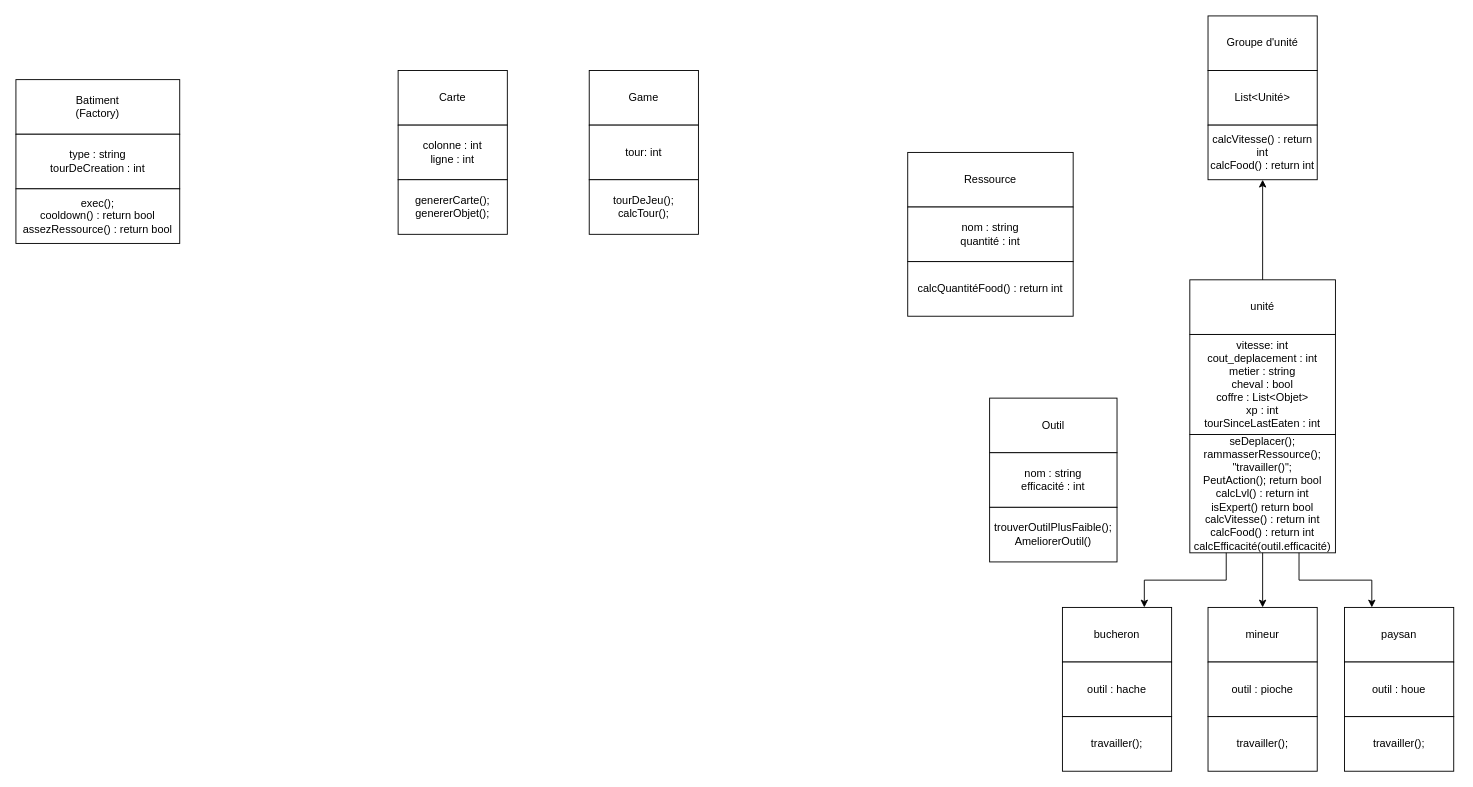
Earlier version of the draw.io diagram Diagramme sans nom.drawio (Rafien/Projet_Design_Pattern). Source tidied: cells renumbered, new cells numbered last; positions are measured from the earlier drawing's top-left corner, leaving out a move shared by most shapes. Both pictures are drawn from the tidied source at 91%, with x=0, y=0 at pixel (15, 15).
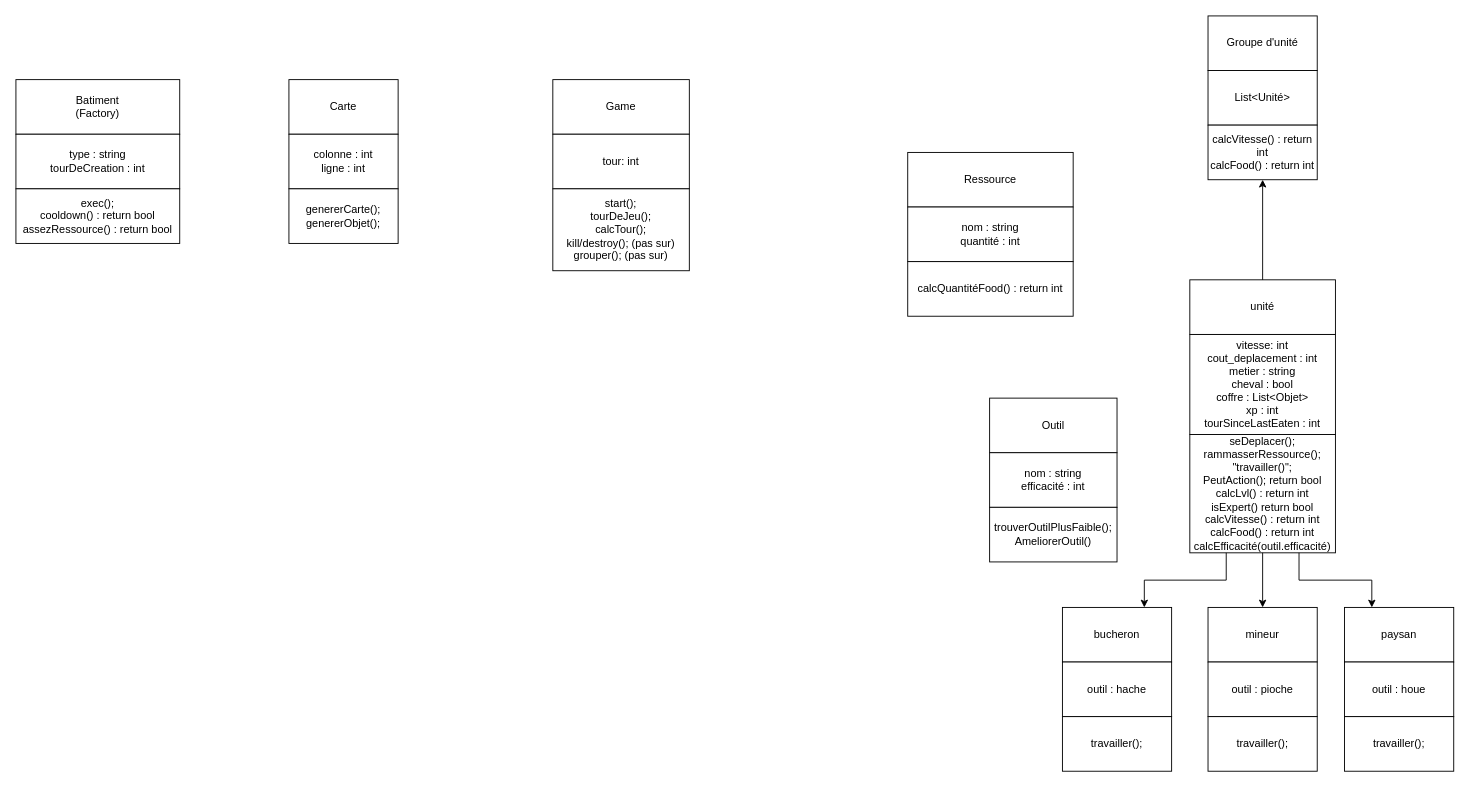
After the change.

Diff of the diagram source:
```diff
@@
     <mxCell id="11" style="group;" parent="1" vertex="1">
-      <mxGeometry x="420" y="60" width="120" height="180" as="geometry" />
+      <mxGeometry x="300" y="70" width="120" height="180" as="geometry" />
     </mxCell>
@@
     <mxCell id="46" style="group;" parent="1" vertex="1">
-      <mxGeometry x="630" y="60" width="120" height="180" as="geometry" />
+      <mxGeometry x="590" y="70" width="150" height="210" as="geometry" />
     </mxCell>
     <mxCell id="47" value="Game" style="rounded=0;whiteSpace=wrap;html=1;" parent="46" vertex="1">
-      <mxGeometry width="120" height="60" as="geometry" />
+      <mxGeometry width="150" height="60" as="geometry" />
     </mxCell>
     <mxCell id="48" value="tour: int" style="rounded=0;whiteSpace=wrap;html=1;" parent="46" vertex="1">
-      <mxGeometry y="60" width="120" height="60" as="geometry" />
+      <mxGeometry y="60" width="150" height="60" as="geometry" />
     </mxCell>
-    <mxCell id="49" value="tourDeJeu();&lt;br&gt;calcTour();" style="rounded=0;whiteSpace=wrap;html=1;" parent="46" vertex="1">
-      <mxGeometry y="120" width="120" height="60" as="geometry" />
+    <mxCell id="49" value="start();&lt;br&gt;tourDeJeu();&lt;br&gt;calcTour();&lt;br&gt;kill/destroy(); (pas sur)&lt;br&gt;grouper(); (pas sur)" style="rounded=0;whiteSpace=wrap;html=1;" parent="46" vertex="1">
+      <mxGeometry y="120" width="150" height="90" as="geometry" />
     </mxCell>
```
